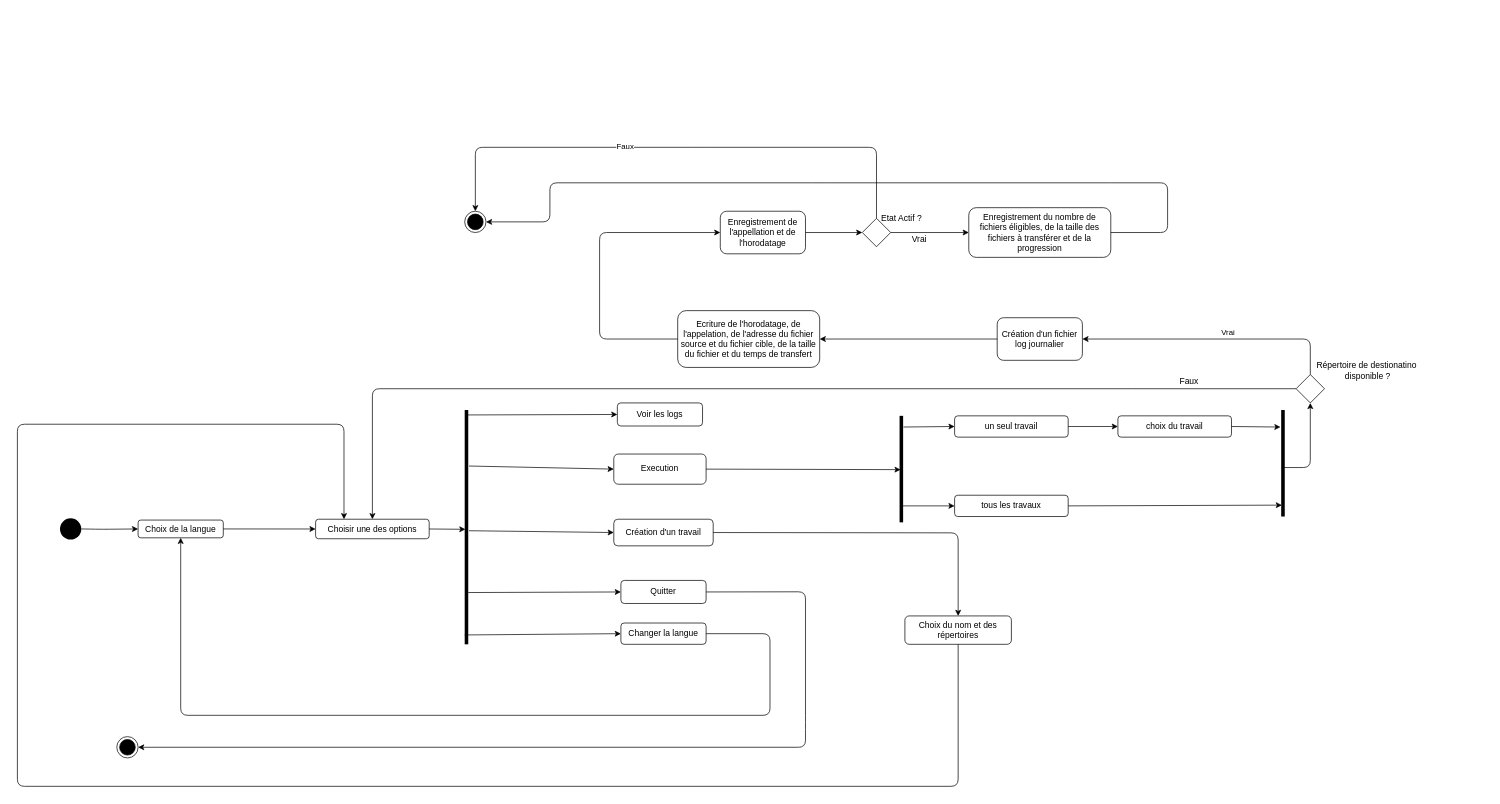
Before: Livrable 1/Diagramme d'activités PS.drawio in AxokGit/ProgrammationSystemeG1, a draw.io diagram. Source tidied: cells renumbered, new cells numbered last; positions are measured from the earlier drawing's top-left corner, leaving out a move shared by most shapes. Both pictures are drawn from the tidied source at 71%, with x=0, y=0 at pixel (17, 147).
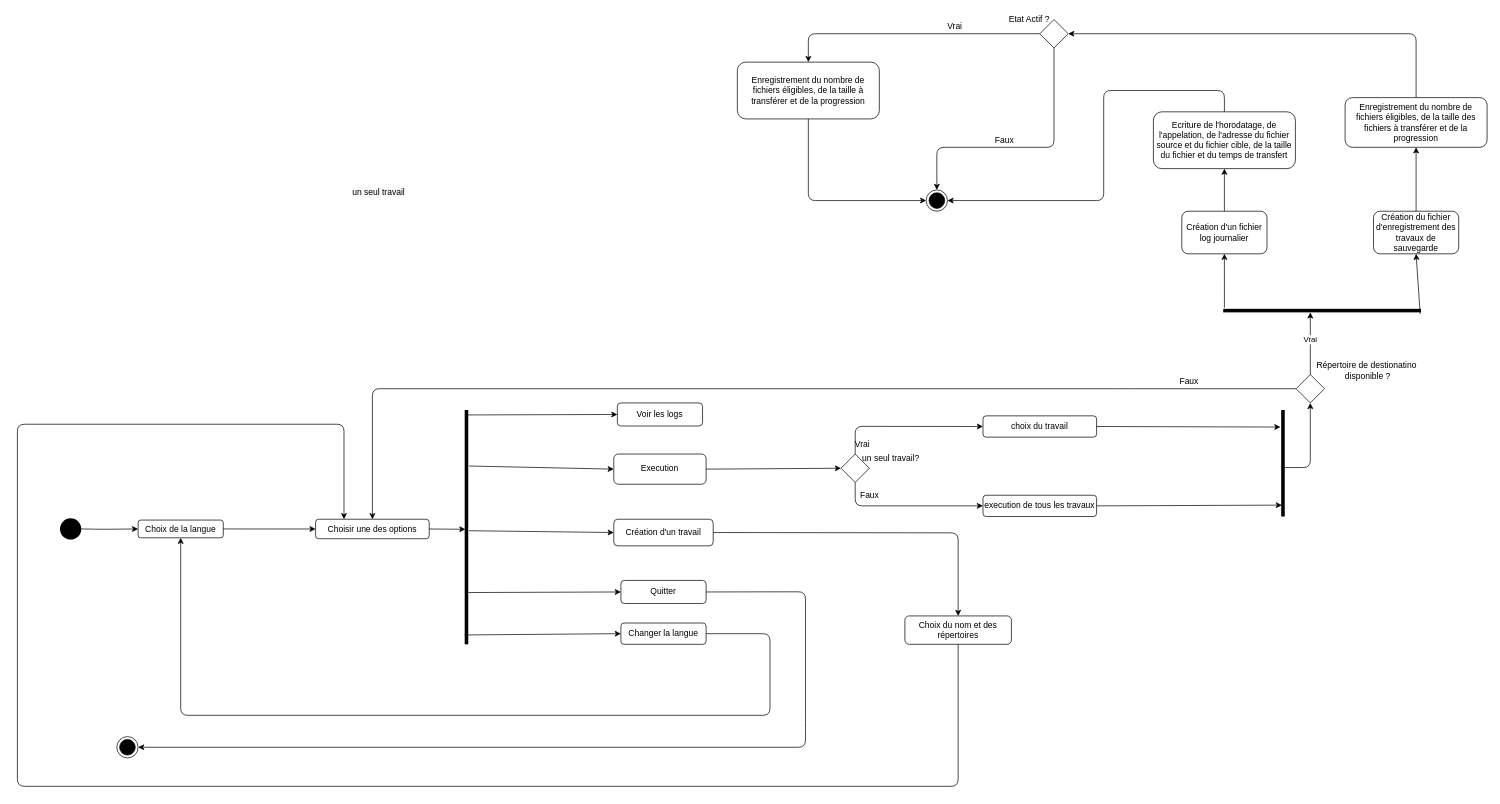
The same diagram, later.

The change refers to these unchanged cells:
```xml
<mxCell id="7" value="Execution" style="rounded=1;whiteSpace=wrap;html=1;" parent="1" vertex="1">
  <mxGeometry x="840" y="432" width="130" height="42.5" as="geometry" />
</mxCell>
<mxCell id="24" style="rhombus;whiteSpace=wrap;html=1;" parent="1" vertex="1">
  <mxGeometry x="1801" y="320" width="40" height="40" as="geometry" />
</mxCell>
```

The edit, as a diff of the source:
```diff
@@
     <mxCell id="3" style="ellipse;html=1;shape=endState;fillColor=#000000;strokeColor=#000000;" parent="1" vertex="1">
-      <mxGeometry x="630" y="90" width="30" height="30" as="geometry" />
+      <mxGeometry x="1280" y="60" width="30" height="30" as="geometry" />
     </mxCell>
@@
     <mxCell id="11" style="rhombus;whiteSpace=wrap;html=1;" parent="1" vertex="1">
-      <mxGeometry x="1190" y="100" width="40" height="40" as="geometry" />
+      <mxGeometry x="1440" y="-180" width="40" height="40" as="geometry" />
     </mxCell>
     <mxCell id="12" value="Etat Actif ?" style="text;html=1;align=center;verticalAlign=middle;" parent="1" vertex="1">
-      <mxGeometry x="1210" y="90" width="70" height="20" as="geometry" />
+      <mxGeometry x="1390" y="-190" width="70" height="20" as="geometry" />
     </mxCell>
-    <mxCell id="13" style="endArrow=classic;html=1;exitX=0.5;exitY=0;exitDx=0;exitDy=0;entryX=0.5;entryY=0;entryDx=0;entryDy=0;" parent="1" edge="1" source="11" target="3">
+    <mxCell id="13" style="endArrow=classic;html=1;exitX=0.5;exitY=1;exitDx=0;exitDy=0;entryX=0.5;entryY=0;entryDx=0;entryDy=0;" parent="1" edge="1" source="11" target="3">
       <mxGeometry relative="1" as="geometry">
         <Array as="points">
-          <mxPoint x="1210" />
-          <mxPoint x="960" />
-          <mxPoint x="645" />
+          <mxPoint x="1460" />
+          <mxPoint x="1295" />
         </Array>
       </mxGeometry>
     </mxCell>
-    <mxCell id="14" value="Faux&lt;br&gt;" style="edgeLabel;html=1;align=center;verticalAlign=middle;" parent="13" vertex="1">
-      <mxGeometry x="0.28" y="-2" relative="1" as="geometry">
-        <mxPoint x="28" as="offset" />
-      </mxGeometry>
-    </mxCell>
-    <mxCell id="15" value="Enregistrement de l'appellation et de l'horodatage" style="rounded=1;whiteSpace=wrap;html=1;" parent="1" vertex="1">
-      <mxGeometry x="990" y="90" width="120" height="60" as="geometry" />
+    <mxCell id="15" value="Création du fichier d'enregistrement des travaux de sauvegarde" style="rounded=1;whiteSpace=wrap;html=1;" parent="1" vertex="1">
+      <mxGeometry x="1910" y="90" width="120" height="60" as="geometry" />
     </mxCell>
-    <mxCell id="16" style="endArrow=classic;html=1;exitX=1;exitY=0.5;exitDx=0;exitDy=0;entryX=0;entryY=0.5;entryDx=0;entryDy=0;" parent="1" edge="1" source="15" target="11">
-      <mxGeometry relative="1" as="geometry" />
-    </mxCell>
-    <mxCell id="17" style="endArrow=classic;html=1;exitX=1;exitY=0.5;exitDx=0;exitDy=0;" parent="1" edge="1" source="11" target="18">
-      <mxGeometry relative="1" as="geometry" />
-    </mxCell>
     <mxCell id="18" value="Enregistrement du nombre de fichiers éligibles, de la taille des fichiers à transférer et de la progression" style="rounded=1;whiteSpace=wrap;html=1;" parent="1" vertex="1">
-      <mxGeometry x="1340" y="85" width="200" height="70" as="geometry" />
+      <mxGeometry x="1870" y="-70" width="200" height="70" as="geometry" />
     </mxCell>
     <mxCell id="19" value="Création d'un fichier log journalier" style="rounded=1;whiteSpace=wrap;html=1;" parent="1" vertex="1">
-      <mxGeometry x="1380" y="240" width="120" height="60" as="geometry" />
+      <mxGeometry x="1640" y="90" width="120" height="60" as="geometry" />
     </mxCell>
-    <mxCell id="20" style="endArrow=classic;html=1;exitX=0;exitY=0.5;exitDx=0;exitDy=0;entryX=1;entryY=0.5;entryDx=0;entryDy=0;" parent="1" edge="1" source="19" target="21">
-      <mxGeometry relative="1" as="geometry" />
-    </mxCell>
     <mxCell id="21" value="Ecriture de l'horodatage, de l'appelation, de l'adresse du fichier source et du fichier cible, de la taille du fichier et du temps de transfert" style="rounded=1;whiteSpace=wrap;html=1;" parent="1" vertex="1">
-      <mxGeometry x="930" y="230" width="200" height="80" as="geometry" />
+      <mxGeometry x="1600" y="-50" width="200" height="80" as="geometry" />
     </mxCell>
-    <mxCell id="22" style="endArrow=classic;html=1;entryX=0;entryY=0.5;entryDx=0;entryDy=0;exitX=0;exitY=0.5;exitDx=0;exitDy=0;" parent="1" edge="1" source="21" target="15">
-      <mxGeometry relative="1" as="geometry">
-        <Array as="points">
-          <mxPoint x="820" y="270" />
-          <mxPoint x="820" y="120" />
-        </Array>
-      </mxGeometry>
-    </mxCell>
-    <mxCell id="23" style="endArrow=classic;html=1;exitX=1;exitY=0.5;exitDx=0;exitDy=0;entryX=1;entryY=0.5;entryDx=0;entryDy=0;" parent="1" edge="1" source="18" target="3">
-      <mxGeometry relative="1" as="geometry">
-        <Array as="points">
-          <mxPoint x="1620" y="120" />
-          <mxPoint x="1620" y="50" />
-          <mxPoint x="1550" y="50" />
-          <mxPoint x="1130" y="50" />
-          <mxPoint x="750" y="50" />
-          <mxPoint x="750" y="105" />
-        </Array>
-      </mxGeometry>
-    </mxCell>
@@
-    <mxCell id="26" style="endArrow=classic;html=1;exitX=0.5;exitY=0;exitDx=0;exitDy=0;entryX=1;entryY=0.5;entryDx=0;entryDy=0;" parent="1" edge="1" source="24" target="19">
+    <mxCell id="26" style="endArrow=classic;html=1;exitX=0.5;exitY=0;exitDx=0;exitDy=0;" parent="1" edge="1" source="24" target="62">
       <mxGeometry relative="1" as="geometry">
         <Array as="points">
           <mxPoint x="1821" y="270" />
         </Array>
       </mxGeometry>
     </mxCell>
@@
-    <mxCell id="43" style="endArrow=classic;html=1;exitX=1;exitY=0.5;exitDx=0;exitDy=0;entryX=0.3;entryY=0.505;entryDx=0;entryDy=0;entryPerimeter=0;" parent="1" edge="1" source="7" target="44">
+    <mxCell id="43" style="endArrow=classic;html=1;exitX=1;exitY=0.5;exitDx=0;exitDy=0;entryX=0;entryY=0.5;entryDx=0;entryDy=0;" parent="1" edge="1" source="7" target="58">
       <mxGeometry relative="1" as="geometry" />
     </mxCell>
-    <mxCell id="44" style="html=1;points=[];perimeter=orthogonalPerimeter;fillColor=#000000;strokeColor=none;" parent="1" vertex="1">
-      <mxGeometry x="1242.5" y="378.2" width="5" height="150" as="geometry" />
-    </mxCell>
-    <mxCell id="45" value="un seul travail" style="rounded=1;whiteSpace=wrap;html=1;" parent="1" vertex="1">
-      <mxGeometry x="1320" y="378.2" width="160" height="30" as="geometry" />
-    </mxCell>
-    <mxCell id="46" value="tous les travaux" style="rounded=1;whiteSpace=wrap;html=1;" parent="1" vertex="1">
-      <mxGeometry x="1320" y="490" width="160" height="30" as="geometry" />
+    <mxCell id="46" value="execution de tous les travaux" style="rounded=1;whiteSpace=wrap;html=1;" parent="1" vertex="1">
+      <mxGeometry x="1360" y="490" width="160" height="30" as="geometry" />
     </mxCell>
     <mxCell id="47" value="choix du travail" style="rounded=1;whiteSpace=wrap;html=1;" parent="1" vertex="1">
-      <mxGeometry x="1550" y="378.2" width="160" height="30" as="geometry" />
+      <mxGeometry x="1360" y="378.2" width="160" height="30" as="geometry" />
     </mxCell>
-    <mxCell id="48" style="endArrow=classic;html=1;exitX=1.1;exitY=0.105;exitDx=0;exitDy=0;exitPerimeter=0;entryX=0;entryY=0.5;entryDx=0;entryDy=0;" parent="1" edge="1" source="44" target="45">
-      <mxGeometry relative="1" as="geometry" />
-    </mxCell>
-    <mxCell id="49" style="endArrow=classic;html=1;entryX=0;entryY=0.5;entryDx=0;entryDy=0;" parent="1" edge="1" target="46">
+    <mxCell id="49" style="endArrow=classic;html=1;entryX=0;entryY=0.5;entryDx=0;entryDy=0;exitX=0.5;exitY=1;exitDx=0;exitDy=0;" parent="1" edge="1" source="58" target="46">
       <mxGeometry relative="1" as="geometry">
-        <mxPoint x="1243" y="505" as="sourcePoint" />
+        <Array as="points">
+          <mxPoint x="1180" y="505" />
+        </Array>
       </mxGeometry>
     </mxCell>
-    <mxCell id="50" style="endArrow=classic;html=1;exitX=1;exitY=0.5;exitDx=0;exitDy=0;entryX=0;entryY=0.5;entryDx=0;entryDy=0;" parent="1" edge="1" source="45" target="47">
-      <mxGeometry relative="1" as="geometry" />
+    <mxCell id="50" style="endArrow=classic;html=1;exitX=0.5;exitY=0;exitDx=0;exitDy=0;entryX=0;entryY=0.5;entryDx=0;entryDy=0;" parent="1" edge="1" source="58" target="47">
+      <mxGeometry relative="1" as="geometry">
+        <Array as="points">
+          <mxPoint x="1180" y="393" />
+        </Array>
+      </mxGeometry>
     </mxCell>
@@
-    <mxCell id="57" value="Vrai" style="text;html=1;align=center;verticalAlign=middle;" parent="1" vertex="1">
-      <mxGeometry x="1250" y="120" width="40" height="20" as="geometry" />
-    </mxCell>
+    <mxCell id="58" style="rhombus;whiteSpace=wrap;html=1;" parent="1" vertex="1">
+      <mxGeometry x="1160" y="432" width="40" height="40" as="geometry" />
+    </mxCell>
+    <mxCell id="45" value="&lt;span style=&quot;color: rgb(0, 0, 0); font-family: helvetica; font-size: 12px; font-style: normal; font-weight: 400; letter-spacing: normal; text-align: center; text-indent: 0px; text-transform: none; word-spacing: 0px; background-color: rgb(248, 249, 250); display: inline; float: none;&quot;&gt;un seul travail&lt;/span&gt;" style="text;whiteSpace=wrap;html=1;" parent="1" vertex="1">
+      <mxGeometry x="470" y="50" width="100" height="30" as="geometry" />
+    </mxCell>
+    <mxCell id="59" value="&lt;span&gt;un seul travail?&lt;/span&gt;" style="text;html=1;align=center;verticalAlign=middle;" parent="1" vertex="1">
+      <mxGeometry x="1180" y="428.2" width="100" height="20" as="geometry" />
+    </mxCell>
+    <mxCell id="60" value="Vrai" style="text;html=1;align=center;verticalAlign=middle;" parent="1" vertex="1">
+      <mxGeometry x="1170" y="408.2" width="40" height="20" as="geometry" />
+    </mxCell>
+    <mxCell id="61" value="Faux" style="text;html=1;align=center;verticalAlign=middle;" parent="1" vertex="1">
+      <mxGeometry x="1180" y="480" width="40" height="20" as="geometry" />
+    </mxCell>
+    <mxCell id="62" style="html=1;points=[];perimeter=orthogonalPerimeter;fillColor=#000000;strokeColor=none;rotation=90;" parent="1" vertex="1">
+      <mxGeometry x="1835.1" y="90.7" width="5" height="278.5" as="geometry" />
+    </mxCell>
+    <mxCell id="63" style="endArrow=classic;html=1;entryX=0.5;entryY=1;entryDx=0;entryDy=0;exitX=-0.301;exitY=0.994;exitDx=0;exitDy=0;exitPerimeter=0;" parent="1" edge="1" source="62" target="19">
+      <mxGeometry relative="1" as="geometry" />
+    </mxCell>
+    <mxCell id="20" style="endArrow=classic;html=1;entryX=0.5;entryY=1;entryDx=0;entryDy=0;exitX=0.5;exitY=0;exitDx=0;exitDy=0;" parent="1" edge="1" source="19" target="21">
+      <mxGeometry relative="1" as="geometry" />
+    </mxCell>
+    <mxCell id="64" style="endArrow=classic;html=1;entryX=0.5;entryY=1;entryDx=0;entryDy=0;exitX=1.5;exitY=0.004;exitDx=0;exitDy=0;exitPerimeter=0;" parent="1" edge="1" source="62" target="15">
+      <mxGeometry relative="1" as="geometry" />
+    </mxCell>
+    <mxCell id="65" style="endArrow=classic;html=1;exitX=0.5;exitY=0;exitDx=0;exitDy=0;entryX=0.5;entryY=1;entryDx=0;entryDy=0;" parent="1" edge="1" source="15" target="18">
+      <mxGeometry relative="1" as="geometry" />
+    </mxCell>
+    <mxCell id="66" style="endArrow=classic;html=1;exitX=0.5;exitY=0;exitDx=0;exitDy=0;entryX=1;entryY=0.5;entryDx=0;entryDy=0;" parent="1" edge="1" source="18" target="11">
+      <mxGeometry relative="1" as="geometry">
+        <Array as="points">
+          <mxPoint x="1970" y="-160" />
+        </Array>
+      </mxGeometry>
+    </mxCell>
+    <mxCell id="67" style="endArrow=classic;html=1;exitX=0;exitY=0.5;exitDx=0;exitDy=0;entryX=0.5;entryY=0;entryDx=0;entryDy=0;" parent="1" edge="1" source="11" target="68">
+      <mxGeometry relative="1" as="geometry">
+        <Array as="points">
+          <mxPoint x="1114" y="-160" />
+        </Array>
+      </mxGeometry>
+    </mxCell>
+    <mxCell id="68" value="Enregistrement du nombre de fichiers éligibles, de la taille à transférer et de la progression" style="rounded=1;whiteSpace=wrap;html=1;" parent="1" vertex="1">
+      <mxGeometry x="1014" y="-120" width="200" height="80" as="geometry" />
+    </mxCell>
+    <mxCell id="69" value="Vrai" style="text;html=1;align=center;verticalAlign=middle;" parent="1" vertex="1">
+      <mxGeometry x="1300" y="-180" width="40" height="20" as="geometry" />
+    </mxCell>
+    <mxCell id="70" value="Faux" style="text;html=1;align=center;verticalAlign=middle;" parent="1" vertex="1">
+      <mxGeometry x="1370" y="-20" width="40" height="20" as="geometry" />
+    </mxCell>
+    <mxCell id="71" style="endArrow=classic;html=1;entryX=1;entryY=0.5;entryDx=0;entryDy=0;exitX=0.5;exitY=0;exitDx=0;exitDy=0;" parent="1" edge="1" source="21" target="3">
+      <mxGeometry relative="1" as="geometry">
+        <Array as="points">
+          <mxPoint x="1700" y="-80" />
+          <mxPoint x="1530" y="-80" />
+          <mxPoint x="1530" y="75" />
+        </Array>
+      </mxGeometry>
+    </mxCell>
+    <mxCell id="72" style="endArrow=classic;html=1;entryX=0;entryY=0.5;entryDx=0;entryDy=0;exitX=0.5;exitY=1;exitDx=0;exitDy=0;" parent="1" edge="1" source="68" target="3">
+      <mxGeometry relative="1" as="geometry">
+        <Array as="points">
+          <mxPoint x="1114" y="75" />
+        </Array>
+      </mxGeometry>
+    </mxCell>
```
